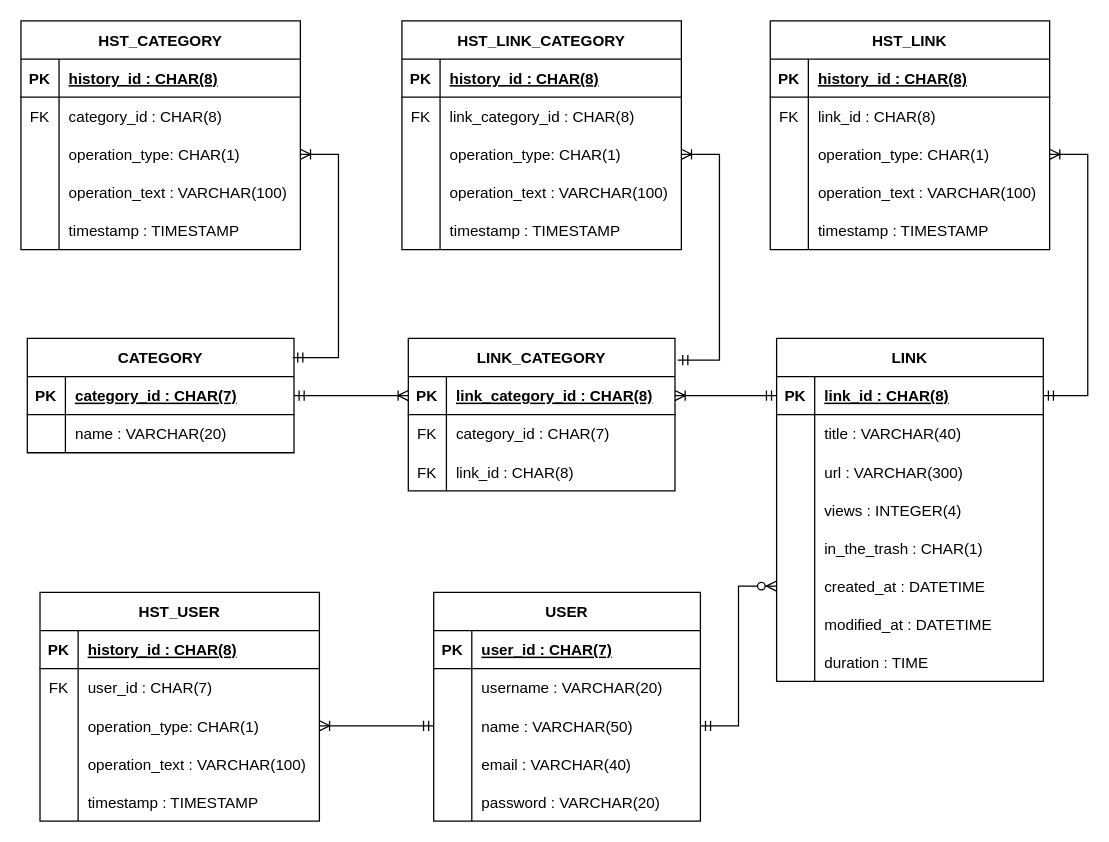
This is modelagem/modelo-fisico.drawio from kennedy-ag/link-box, a draw.io file, before an edit. Source tidied: cells renumbered, new cells numbered last; positions are measured from the earlier drawing's top-left corner, leaving out a move shared by most shapes. Both pictures are drawn from the tidied source at 127%, with x=0, y=0 at pixel (20, 20).
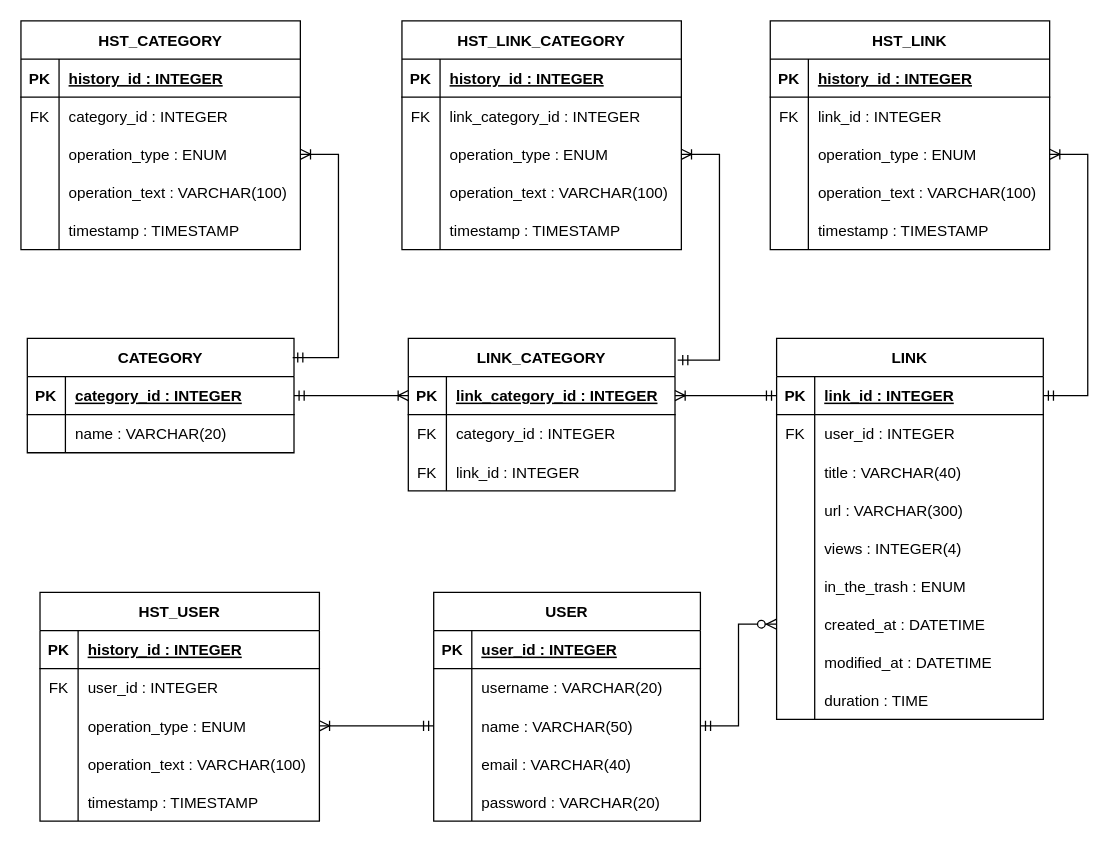
The same page after the edit.

Unchanged cells that the change refers to:
```xml
<mxCell id="3" style="shape=tableRow;horizontal=0;startSize=0;swimlaneHead=0;swimlaneBody=0;fillColor=none;top=0;left=0;right=0;bottom=1;" parent="2" vertex="1">
  <mxGeometry y="30" width="210" height="30" as="geometry" />
</mxCell>
<mxCell id="19" style="shape=tableRow;horizontal=0;startSize=0;swimlaneHead=0;swimlaneBody=0;fillColor=none;points=[[0,0.5],[1,0.5]];portConstraint=eastwest;top=0;left=0;right=0;bottom=1;" parent="18" vertex="1">
  <mxGeometry y="30" width="210" height="30" as="geometry" />
</mxCell>
<mxCell id="26" style="shape=tableRow;horizontal=0;startSize=0;swimlaneHead=0;swimlaneBody=0;fillColor=none;points=[[0,0.5],[1,0.5]];portConstraint=eastwest;top=0;left=0;right=0;bottom=1;" parent="25" vertex="1">
  <mxGeometry y="30" width="210" height="30" as="geometry" />
</mxCell>
<mxCell id="51" style="shape=tableRow;horizontal=0;startSize=0;swimlaneHead=0;swimlaneBody=0;fillColor=none;points=[[0,0.5],[1,0.5]];portConstraint=eastwest;top=0;left=0;right=0;bottom=1;" parent="50" vertex="1">
  <mxGeometry y="30" width="210" height="30" as="geometry" />
</mxCell>
<mxCell id="54" style="shape=tableRow;horizontal=0;startSize=0;swimlaneHead=0;swimlaneBody=0;fillColor=none;top=0;left=0;right=0;bottom=0;" parent="50" vertex="1">
  <mxGeometry y="60" width="210" height="30" as="geometry" />
</mxCell>
<mxCell id="57" style="shape=tableRow;horizontal=0;startSize=0;swimlaneHead=0;swimlaneBody=0;fillColor=none;top=0;left=0;right=0;bottom=0;" parent="50" vertex="1">
  <mxGeometry y="90" width="210" height="30" as="geometry" />
</mxCell>
<mxCell id="64" style="shape=tableRow;horizontal=0;startSize=0;swimlaneHead=0;swimlaneBody=0;fillColor=none;top=0;left=0;right=0;bottom=1;" parent="63" vertex="1">
  <mxGeometry y="30" width="220" height="30" as="geometry" />
</mxCell>
<mxCell id="67" style="shape=tableRow;horizontal=0;startSize=0;swimlaneHead=0;swimlaneBody=0;fillColor=none;top=0;left=0;right=0;bottom=0;" parent="63" vertex="1">
  <mxGeometry y="60" width="220" height="30" as="geometry" />
</mxCell>
<mxCell id="70" style="shape=tableRow;horizontal=0;startSize=0;swimlaneHead=0;swimlaneBody=0;fillColor=none;points=[[0,0.5],[1,0.5]];portConstraint=eastwest;top=0;left=0;right=0;bottom=0;" parent="63" vertex="1">
  <mxGeometry y="90" width="220" height="30" as="geometry" />
</mxCell>
<mxCell id="80" style="shape=tableRow;horizontal=0;startSize=0;swimlaneHead=0;swimlaneBody=0;fillColor=none;top=0;left=0;right=0;bottom=1;" parent="79" vertex="1">
  <mxGeometry y="30" width="220" height="30" as="geometry" />
</mxCell>
<mxCell id="83" style="shape=tableRow;horizontal=0;startSize=0;swimlaneHead=0;swimlaneBody=0;fillColor=none;top=0;left=0;right=0;bottom=0;" parent="79" vertex="1">
  <mxGeometry y="60" width="220" height="30" as="geometry" />
</mxCell>
<mxCell id="86" style="shape=tableRow;horizontal=0;startSize=0;swimlaneHead=0;swimlaneBody=0;fillColor=none;points=[[0,0.5],[1,0.5]];portConstraint=eastwest;top=0;left=0;right=0;bottom=0;" parent="79" vertex="1">
  <mxGeometry y="90" width="220" height="30" as="geometry" />
</mxCell>
<mxCell id="96" style="shape=tableRow;horizontal=0;startSize=0;swimlaneHead=0;swimlaneBody=0;fillColor=none;top=0;left=0;right=0;bottom=1;" parent="95" vertex="1">
  <mxGeometry y="30" width="220" height="30" as="geometry" />
</mxCell>
<mxCell id="99" style="shape=tableRow;horizontal=0;startSize=0;swimlaneHead=0;swimlaneBody=0;fillColor=none;top=0;left=0;right=0;bottom=0;" parent="95" vertex="1">
  <mxGeometry y="60" width="220" height="30" as="geometry" />
</mxCell>
<mxCell id="102" style="shape=tableRow;horizontal=0;startSize=0;swimlaneHead=0;swimlaneBody=0;fillColor=none;points=[[0,0.5],[1,0.5]];portConstraint=eastwest;top=0;left=0;right=0;bottom=0;" parent="95" vertex="1">
  <mxGeometry y="90" width="220" height="30" as="geometry" />
</mxCell>
<mxCell id="112" style="shape=tableRow;horizontal=0;startSize=0;swimlaneHead=0;swimlaneBody=0;fillColor=none;top=0;left=0;right=0;bottom=1;" parent="111" vertex="1">
  <mxGeometry y="30" width="220" height="30" as="geometry" />
</mxCell>
<mxCell id="115" style="shape=tableRow;horizontal=0;startSize=0;swimlaneHead=0;swimlaneBody=0;fillColor=none;top=0;left=0;right=0;bottom=0;" parent="111" vertex="1">
  <mxGeometry y="60" width="220" height="30" as="geometry" />
</mxCell>
<mxCell id="118" style="shape=tableRow;horizontal=0;startSize=0;swimlaneHead=0;swimlaneBody=0;fillColor=none;points=[[0,0.5],[1,0.5]];portConstraint=eastwest;top=0;left=0;right=0;bottom=0;" parent="111" vertex="1">
  <mxGeometry y="90" width="220" height="30" as="geometry" />
</mxCell>
```

What changed in the source:
```diff
@@
-    <mxCell id="5" value="user_id : CHAR(7)" style="shape=partialRectangle;fillColor=none;top=0;left=0;bottom=0;right=0;align=left;spacingLeft=6;fontStyle=5;overflow=hidden;" parent="3" vertex="1">
+    <mxCell id="5" value="user_id : INTEGER" style="shape=partialRectangle;fillColor=none;top=0;left=0;bottom=0;right=0;align=left;spacingLeft=6;fontStyle=5;overflow=hidden;" parent="3" vertex="1">
       <mxGeometry x="30" width="180" height="30" as="geometry" />
     </mxCell>
@@
-    <mxCell id="21" value="category_id : CHAR(7)" style="shape=partialRectangle;fillColor=none;top=0;left=0;bottom=0;right=0;align=left;spacingLeft=6;fontStyle=5;overflow=hidden;" parent="19" vertex="1">
+    <mxCell id="21" value="category_id : INTEGER" style="shape=partialRectangle;fillColor=none;top=0;left=0;bottom=0;right=0;align=left;spacingLeft=6;fontStyle=5;overflow=hidden;" parent="19" vertex="1">
       <mxGeometry x="30" width="180" height="30" as="geometry" />
     </mxCell>
@@
     <mxCell id="25" value="LINK" style="shape=table;startSize=30;childLayout=tableLayout;rowLines=0;fontStyle=1;align=center;" parent="1" vertex="1">
-      <mxGeometry x="595" y="250" width="210" height="270" as="geometry" />
+      <mxGeometry x="595" y="250" width="210" height="300" as="geometry" />
     </mxCell>
@@
-    <mxCell id="28" value="link_id : CHAR(8)" style="shape=partialRectangle;fillColor=none;top=0;left=0;bottom=0;right=0;align=left;spacingLeft=6;fontStyle=5;overflow=hidden;" parent="26" vertex="1">
+    <mxCell id="28" value="link_id : INTEGER" style="shape=partialRectangle;fillColor=none;top=0;left=0;bottom=0;right=0;align=left;spacingLeft=6;fontStyle=5;overflow=hidden;" parent="26" vertex="1">
       <mxGeometry x="30" width="180" height="30" as="geometry" />
     </mxCell>
+    <mxCell id="131" style="shape=tableRow;horizontal=0;startSize=0;swimlaneHead=0;swimlaneBody=0;fillColor=none;top=0;left=0;right=0;bottom=0;" parent="25" vertex="1">
+      <mxGeometry y="60" width="210" height="30" as="geometry" />
+    </mxCell>
+    <mxCell id="132" value="FK" style="shape=partialRectangle;fillColor=none;top=0;left=0;bottom=0;right=0;overflow=hidden;" parent="131" vertex="1">
+      <mxGeometry width="30" height="30" as="geometry" />
+    </mxCell>
+    <mxCell id="133" value="user_id : INTEGER" style="shape=partialRectangle;fillColor=none;top=0;left=0;bottom=0;right=0;align=left;spacingLeft=6;overflow=hidden;" parent="131" vertex="1">
+      <mxGeometry x="30" width="180" height="30" as="geometry" />
+    </mxCell>
     <mxCell id="29" style="shape=tableRow;horizontal=0;startSize=0;swimlaneHead=0;swimlaneBody=0;fillColor=none;top=0;left=0;right=0;bottom=0;" parent="25" vertex="1">
-      <mxGeometry y="60" width="210" height="30" as="geometry" />
+      <mxGeometry y="90" width="210" height="30" as="geometry" />
     </mxCell>
@@
     <mxCell id="32" style="shape=tableRow;horizontal=0;startSize=0;swimlaneHead=0;swimlaneBody=0;fillColor=none;top=0;left=0;right=0;bottom=0;" parent="25" vertex="1">
-      <mxGeometry y="90" width="210" height="30" as="geometry" />
+      <mxGeometry y="120" width="210" height="30" as="geometry" />
     </mxCell>
@@
     <mxCell id="35" style="shape=tableRow;horizontal=0;startSize=0;swimlaneHead=0;swimlaneBody=0;fillColor=none;top=0;left=0;right=0;bottom=0;" parent="25" vertex="1">
-      <mxGeometry y="120" width="210" height="30" as="geometry" />
+      <mxGeometry y="150" width="210" height="30" as="geometry" />
     </mxCell>
@@
     <mxCell id="38" style="shape=tableRow;horizontal=0;startSize=0;swimlaneHead=0;swimlaneBody=0;fillColor=none;top=0;left=0;right=0;bottom=0;" parent="25" vertex="1">
-      <mxGeometry y="150" width="210" height="30" as="geometry" />
+      <mxGeometry y="180" width="210" height="30" as="geometry" />
     </mxCell>
@@
-    <mxCell id="40" value="in_the_trash : CHAR(1)" style="shape=partialRectangle;fillColor=none;top=0;left=0;bottom=0;right=0;align=left;spacingLeft=6;fontStyle=0;overflow=hidden;" parent="38" vertex="1">
+    <mxCell id="40" value="in_the_trash : ENUM" style="shape=partialRectangle;fillColor=none;top=0;left=0;bottom=0;right=0;align=left;spacingLeft=6;fontStyle=0;overflow=hidden;" parent="38" vertex="1">
       <mxGeometry x="30" width="180" height="30" as="geometry" />
     </mxCell>
     <mxCell id="41" style="shape=tableRow;horizontal=0;startSize=0;swimlaneHead=0;swimlaneBody=0;fillColor=none;points=[[0,0.5],[1,0.5]];portConstraint=eastwest;top=0;left=0;right=0;bottom=0;" parent="25" vertex="1">
-      <mxGeometry y="180" width="210" height="30" as="geometry" />
+      <mxGeometry y="210" width="210" height="30" as="geometry" />
     </mxCell>
@@
     <mxCell id="44" style="shape=tableRow;horizontal=0;startSize=0;swimlaneHead=0;swimlaneBody=0;fillColor=none;top=0;left=0;right=0;bottom=0;" parent="25" vertex="1">
-      <mxGeometry y="210" width="210" height="30" as="geometry" />
+      <mxGeometry y="240" width="210" height="30" as="geometry" />
     </mxCell>
@@
     <mxCell id="47" style="shape=tableRow;horizontal=0;startSize=0;swimlaneHead=0;swimlaneBody=0;fillColor=none;top=0;left=0;right=0;bottom=0;" parent="25" vertex="1">
-      <mxGeometry y="240" width="210" height="30" as="geometry" />
+      <mxGeometry y="270" width="210" height="30" as="geometry" />
     </mxCell>
@@
-    <mxCell id="53" value="link_category_id : CHAR(8)" style="shape=partialRectangle;fillColor=none;top=0;left=0;bottom=0;right=0;align=left;spacingLeft=6;fontStyle=5;overflow=hidden;" parent="51" vertex="1">
+    <mxCell id="53" value="link_category_id : INTEGER" style="shape=partialRectangle;fillColor=none;top=0;left=0;bottom=0;right=0;align=left;spacingLeft=6;fontStyle=5;overflow=hidden;" parent="51" vertex="1">
       <mxGeometry x="30" width="180" height="30" as="geometry" />
     </mxCell>
@@
-    <mxCell id="56" value="category_id : CHAR(7)" style="shape=partialRectangle;fillColor=none;top=0;left=0;bottom=0;right=0;align=left;spacingLeft=6;overflow=hidden;" parent="54" vertex="1">
+    <mxCell id="56" value="category_id : INTEGER" style="shape=partialRectangle;fillColor=none;top=0;left=0;bottom=0;right=0;align=left;spacingLeft=6;overflow=hidden;" parent="54" vertex="1">
       <mxGeometry x="30" width="180" height="30" as="geometry" />
     </mxCell>
@@
-    <mxCell id="59" value="link_id : CHAR(8)" style="shape=partialRectangle;fillColor=none;top=0;left=0;bottom=0;right=0;align=left;spacingLeft=6;overflow=hidden;" parent="57" vertex="1">
+    <mxCell id="59" value="link_id : INTEGER" style="shape=partialRectangle;fillColor=none;top=0;left=0;bottom=0;right=0;align=left;spacingLeft=6;overflow=hidden;" parent="57" vertex="1">
       <mxGeometry x="30" width="180" height="30" as="geometry" />
     </mxCell>
@@
-    <mxCell id="66" value="history_id : CHAR(8)" style="shape=partialRectangle;fillColor=none;top=0;left=0;bottom=0;right=0;align=left;spacingLeft=6;fontStyle=5;overflow=hidden;" parent="64" vertex="1">
+    <mxCell id="66" value="history_id : INTEGER" style="shape=partialRectangle;fillColor=none;top=0;left=0;bottom=0;right=0;align=left;spacingLeft=6;fontStyle=5;overflow=hidden;" parent="64" vertex="1">
       <mxGeometry x="30" width="190" height="30" as="geometry" />
     </mxCell>
@@
-    <mxCell id="69" value="user_id : CHAR(7)" style="shape=partialRectangle;fillColor=none;top=0;left=0;bottom=0;right=0;align=left;spacingLeft=6;overflow=hidden;" parent="67" vertex="1">
+    <mxCell id="69" value="user_id : INTEGER" style="shape=partialRectangle;fillColor=none;top=0;left=0;bottom=0;right=0;align=left;spacingLeft=6;overflow=hidden;" parent="67" vertex="1">
       <mxGeometry x="30" width="190" height="30" as="geometry" />
     </mxCell>
@@
-    <mxCell id="72" value="operation_type: CHAR(1)" style="shape=partialRectangle;fillColor=none;top=0;left=0;bottom=0;right=0;align=left;spacingLeft=6;overflow=hidden;" parent="70" vertex="1">
+    <mxCell id="72" value="operation_type : ENUM" style="shape=partialRectangle;fillColor=none;top=0;left=0;bottom=0;right=0;align=left;spacingLeft=6;overflow=hidden;" parent="70" vertex="1">
       <mxGeometry x="30" width="190" height="30" as="geometry" />
     </mxCell>
@@
-    <mxCell id="82" value="history_id : CHAR(8)" style="shape=partialRectangle;fillColor=none;top=0;left=0;bottom=0;right=0;align=left;spacingLeft=6;fontStyle=5;overflow=hidden;" parent="80" vertex="1">
+    <mxCell id="82" value="history_id : INTEGER" style="shape=partialRectangle;fillColor=none;top=0;left=0;bottom=0;right=0;align=left;spacingLeft=6;fontStyle=5;overflow=hidden;" parent="80" vertex="1">
       <mxGeometry x="30" width="190" height="30" as="geometry" />
     </mxCell>
@@
-    <mxCell id="85" value="link_id : CHAR(8)" style="shape=partialRectangle;fillColor=none;top=0;left=0;bottom=0;right=0;align=left;spacingLeft=6;overflow=hidden;" parent="83" vertex="1">
+    <mxCell id="85" value="link_id : INTEGER" style="shape=partialRectangle;fillColor=none;top=0;left=0;bottom=0;right=0;align=left;spacingLeft=6;overflow=hidden;" parent="83" vertex="1">
       <mxGeometry x="30" width="190" height="30" as="geometry" />
     </mxCell>
@@
-    <mxCell id="88" value="operation_type: CHAR(1)" style="shape=partialRectangle;fillColor=none;top=0;left=0;bottom=0;right=0;align=left;spacingLeft=6;overflow=hidden;" parent="86" vertex="1">
+    <mxCell id="88" value="operation_type : ENUM" style="shape=partialRectangle;fillColor=none;top=0;left=0;bottom=0;right=0;align=left;spacingLeft=6;overflow=hidden;" parent="86" vertex="1">
       <mxGeometry x="30" width="190" height="30" as="geometry" />
     </mxCell>
@@
-    <mxCell id="98" value="history_id : CHAR(8)" style="shape=partialRectangle;fillColor=none;top=0;left=0;bottom=0;right=0;align=left;spacingLeft=6;fontStyle=5;overflow=hidden;" parent="96" vertex="1">
+    <mxCell id="98" value="history_id : INTEGER" style="shape=partialRectangle;fillColor=none;top=0;left=0;bottom=0;right=0;align=left;spacingLeft=6;fontStyle=5;overflow=hidden;" parent="96" vertex="1">
       <mxGeometry x="30" width="190" height="30" as="geometry" />
     </mxCell>
@@
-    <mxCell id="101" value="link_category_id : CHAR(8)" style="shape=partialRectangle;fillColor=none;top=0;left=0;bottom=0;right=0;align=left;spacingLeft=6;overflow=hidden;" parent="99" vertex="1">
+    <mxCell id="101" value="link_category_id : INTEGER" style="shape=partialRectangle;fillColor=none;top=0;left=0;bottom=0;right=0;align=left;spacingLeft=6;overflow=hidden;" parent="99" vertex="1">
       <mxGeometry x="30" width="190" height="30" as="geometry" />
     </mxCell>
@@
-    <mxCell id="104" value="operation_type: CHAR(1)" style="shape=partialRectangle;fillColor=none;top=0;left=0;bottom=0;right=0;align=left;spacingLeft=6;overflow=hidden;" parent="102" vertex="1">
+    <mxCell id="104" value="operation_type : ENUM" style="shape=partialRectangle;fillColor=none;top=0;left=0;bottom=0;right=0;align=left;spacingLeft=6;overflow=hidden;" parent="102" vertex="1">
       <mxGeometry x="30" width="190" height="30" as="geometry" />
     </mxCell>
@@
-    <mxCell id="114" value="history_id : CHAR(8)" style="shape=partialRectangle;fillColor=none;top=0;left=0;bottom=0;right=0;align=left;spacingLeft=6;fontStyle=5;overflow=hidden;" parent="112" vertex="1">
+    <mxCell id="114" value="history_id : INTEGER" style="shape=partialRectangle;fillColor=none;top=0;left=0;bottom=0;right=0;align=left;spacingLeft=6;fontStyle=5;overflow=hidden;" parent="112" vertex="1">
       <mxGeometry x="30" width="190" height="30" as="geometry" />
     </mxCell>
@@
-    <mxCell id="117" value="category_id : CHAR(8)" style="shape=partialRectangle;fillColor=none;top=0;left=0;bottom=0;right=0;align=left;spacingLeft=6;overflow=hidden;" parent="115" vertex="1">
+    <mxCell id="117" value="category_id : INTEGER" style="shape=partialRectangle;fillColor=none;top=0;left=0;bottom=0;right=0;align=left;spacingLeft=6;overflow=hidden;" parent="115" vertex="1">
       <mxGeometry x="30" width="190" height="30" as="geometry" />
     </mxCell>
@@
-    <mxCell id="120" value="operation_type: CHAR(1)" style="shape=partialRectangle;fillColor=none;top=0;left=0;bottom=0;right=0;align=left;spacingLeft=6;overflow=hidden;" parent="118" vertex="1">
+    <mxCell id="120" value="operation_type : ENUM" style="shape=partialRectangle;fillColor=none;top=0;left=0;bottom=0;right=0;align=left;spacingLeft=6;overflow=hidden;" parent="118" vertex="1">
       <mxGeometry x="30" width="190" height="30" as="geometry" />
     </mxCell>
```
